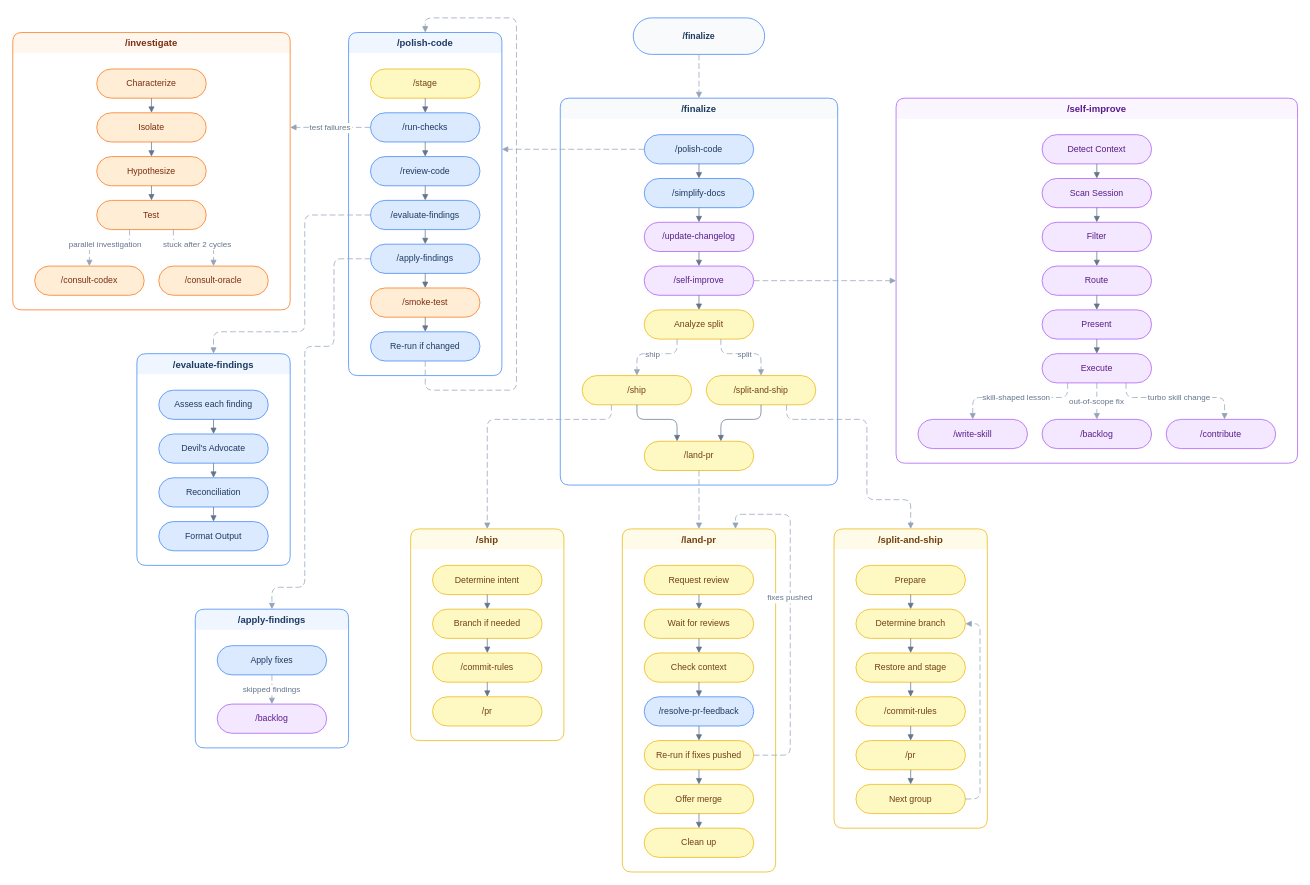
Above: assets/how-finalize-connects.drawio in tobihagemann/turbo (draw.io), before the change. Source tidied: cells renumbered, new cells numbered last; positions are measured from the earlier drawing's top-left corner, leaving out a move shared by most shapes. Both pictures are drawn from the tidied source at 73%, with x=0, y=0 at pixel (12, 18).
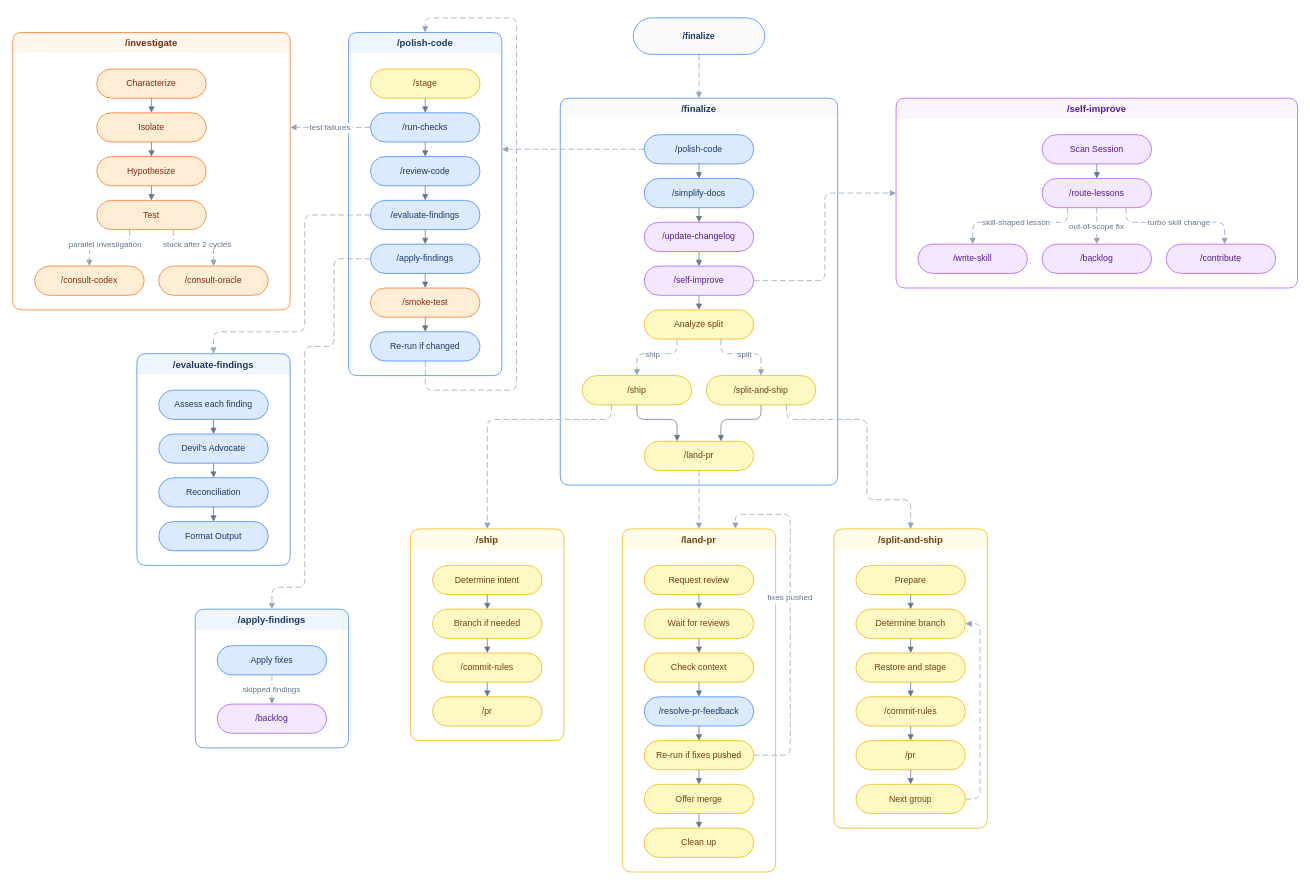
The same diagram, later.

Change to the diagram source:
```diff
@@
     <mxCell id="36" value="/self-improve" style="swimlane;startSize=28;rounded=1;fillColor=#faf5ff;strokeColor=#a855f7;fontColor=#581c87;fontStyle=1;fontSize=13;swimlaneLine=0;" parent="1" vertex="1">
-      <mxGeometry x="1210" y="110" width="550" height="500" as="geometry" />
+      <mxGeometry x="1210" y="110" width="550" height="260" as="geometry" />
     </mxCell>
-    <mxCell id="37" value="Detect Context" style="rounded=1;whiteSpace=wrap;html=1;arcSize=50;fillColor=#f3e8ff;strokeColor=#a855f7;fontColor=#581c87;fontSize=12;" parent="36" vertex="1">
+    <mxCell id="37" value="Scan Session" style="rounded=1;whiteSpace=wrap;html=1;arcSize=50;fillColor=#f3e8ff;strokeColor=#a855f7;fontColor=#581c87;fontSize=12;" parent="36" vertex="1">
       <mxGeometry x="200" y="50" width="150" height="40" as="geometry" />
     </mxCell>
-    <mxCell id="38" value="Scan Session" style="rounded=1;whiteSpace=wrap;html=1;arcSize=50;fillColor=#f3e8ff;strokeColor=#a855f7;fontColor=#581c87;fontSize=12;" parent="36" vertex="1">
+    <mxCell id="38" value="/route-lessons" style="rounded=1;whiteSpace=wrap;html=1;arcSize=50;fillColor=#f3e8ff;strokeColor=#a855f7;fontColor=#581c87;fontSize=12;" parent="36" vertex="1">
       <mxGeometry x="200" y="110" width="150" height="40" as="geometry" />
     </mxCell>
-    <mxCell id="39" value="Filter" style="rounded=1;whiteSpace=wrap;html=1;arcSize=50;fillColor=#f3e8ff;strokeColor=#a855f7;fontColor=#581c87;fontSize=12;" parent="36" vertex="1">
-      <mxGeometry x="200" y="170" width="150" height="40" as="geometry" />
-    </mxCell>
-    <mxCell id="40" value="Route" style="rounded=1;whiteSpace=wrap;html=1;arcSize=50;fillColor=#f3e8ff;strokeColor=#a855f7;fontColor=#581c87;fontSize=12;" parent="36" vertex="1">
-      <mxGeometry x="200" y="230" width="150" height="40" as="geometry" />
-    </mxCell>
-    <mxCell id="41" value="Present" style="rounded=1;whiteSpace=wrap;html=1;arcSize=50;fillColor=#f3e8ff;strokeColor=#a855f7;fontColor=#581c87;fontSize=12;" parent="36" vertex="1">
-      <mxGeometry x="200" y="290" width="150" height="40" as="geometry" />
-    </mxCell>
-    <mxCell id="42" value="Execute" style="rounded=1;whiteSpace=wrap;html=1;arcSize=50;fillColor=#f3e8ff;strokeColor=#a855f7;fontColor=#581c87;fontSize=12;" parent="36" vertex="1">
-      <mxGeometry x="200" y="350" width="150" height="40" as="geometry" />
-    </mxCell>
@@
-    <mxCell id="44" style="endArrow=block;endFill=1;rounded=1;edgeStyle=orthogonalEdgeStyle;strokeColor=#64748b;" parent="36" edge="1" source="38" target="39">
-      <mxGeometry relative="1" as="geometry" />
-    </mxCell>
-    <mxCell id="45" style="endArrow=block;endFill=1;rounded=1;edgeStyle=orthogonalEdgeStyle;strokeColor=#64748b;" parent="36" edge="1" source="39" target="40">
-      <mxGeometry relative="1" as="geometry" />
-    </mxCell>
-    <mxCell id="46" style="endArrow=block;endFill=1;rounded=1;edgeStyle=orthogonalEdgeStyle;strokeColor=#64748b;" parent="36" edge="1" source="40" target="41">
-      <mxGeometry relative="1" as="geometry" />
-    </mxCell>
-    <mxCell id="47" style="endArrow=block;endFill=1;rounded=1;edgeStyle=orthogonalEdgeStyle;strokeColor=#64748b;" parent="36" edge="1" source="41" target="42">
-      <mxGeometry relative="1" as="geometry" />
-    </mxCell>
     <mxCell id="48" value="/backlog" style="rounded=1;whiteSpace=wrap;html=1;arcSize=50;fillColor=#f3e8ff;strokeColor=#a855f7;fontColor=#581c87;fontSize=12;" parent="36" vertex="1">
-      <mxGeometry x="200" y="440" width="150" height="40" as="geometry" />
+      <mxGeometry x="200" y="200" width="150" height="40" as="geometry" />
     </mxCell>
-    <mxCell id="49" value="out-of-scope fix" style="dashed=1;dashPattern=8 4;endArrow=block;endFill=1;rounded=1;edgeStyle=orthogonalEdgeStyle;strokeColor=#94a3b8;fontSize=11;fontColor=#64748b;" parent="36" edge="1" source="42" target="48">
+    <mxCell id="49" value="out-of-scope fix" style="dashed=1;dashPattern=8 4;endArrow=block;endFill=1;rounded=1;edgeStyle=orthogonalEdgeStyle;strokeColor=#94a3b8;fontSize=11;fontColor=#64748b;" parent="36" edge="1" source="38" target="48">
       <mxGeometry relative="1" as="geometry">
         <Array as="points">
-          <mxPoint x="275" y="450" />
-          <mxPoint x="275" y="450" />
+          <mxPoint x="275" y="210" />
+          <mxPoint x="275" y="210" />
         </Array>
       </mxGeometry>
     </mxCell>
     <mxCell id="50" value="/write-skill" style="rounded=1;whiteSpace=wrap;html=1;arcSize=50;fillColor=#f3e8ff;strokeColor=#a855f7;fontColor=#581c87;fontSize=12;" parent="36" vertex="1">
-      <mxGeometry x="30" y="440" width="150" height="40" as="geometry" />
+      <mxGeometry x="30" y="200" width="150" height="40" as="geometry" />
     </mxCell>
-    <mxCell id="51" value="skill-shaped lesson" style="dashed=1;dashPattern=8 4;endArrow=block;endFill=1;rounded=1;edgeStyle=orthogonalEdgeStyle;strokeColor=#94a3b8;fontSize=11;fontColor=#64748b;" parent="36" edge="1" source="42" target="50">
+    <mxCell id="51" value="skill-shaped lesson" style="dashed=1;dashPattern=8 4;endArrow=block;endFill=1;rounded=1;edgeStyle=orthogonalEdgeStyle;strokeColor=#94a3b8;fontSize=11;fontColor=#64748b;" parent="36" edge="1" source="38" target="50">
       <mxGeometry relative="1" as="geometry">
         <Array as="points">
-          <mxPoint x="235" y="410" />
-          <mxPoint x="105" y="410" />
+          <mxPoint x="235" y="170" />
+          <mxPoint x="105" y="170" />
         </Array>
       </mxGeometry>
     </mxCell>
     <mxCell id="52" value="/contribute" style="rounded=1;whiteSpace=wrap;html=1;arcSize=50;fillColor=#f3e8ff;strokeColor=#a855f7;fontColor=#581c87;fontSize=12;" parent="36" vertex="1">
-      <mxGeometry x="370" y="440" width="150" height="40" as="geometry" />
+      <mxGeometry x="370" y="200" width="150" height="40" as="geometry" />
     </mxCell>
-    <mxCell id="53" value="turbo skill change" style="dashed=1;dashPattern=8 4;endArrow=block;endFill=1;rounded=1;edgeStyle=orthogonalEdgeStyle;strokeColor=#94a3b8;fontSize=11;fontColor=#64748b;" parent="36" edge="1" source="42" target="52">
+    <mxCell id="53" value="turbo skill change" style="dashed=1;dashPattern=8 4;endArrow=block;endFill=1;rounded=1;edgeStyle=orthogonalEdgeStyle;strokeColor=#94a3b8;fontSize=11;fontColor=#64748b;" parent="36" edge="1" source="38" target="52">
       <mxGeometry relative="1" as="geometry">
         <Array as="points">
-          <mxPoint x="315" y="410" />
-          <mxPoint x="450" y="410" />
+          <mxPoint x="315" y="170" />
+          <mxPoint x="450" y="170" />
         </Array>
       </mxGeometry>
     </mxCell>
```
